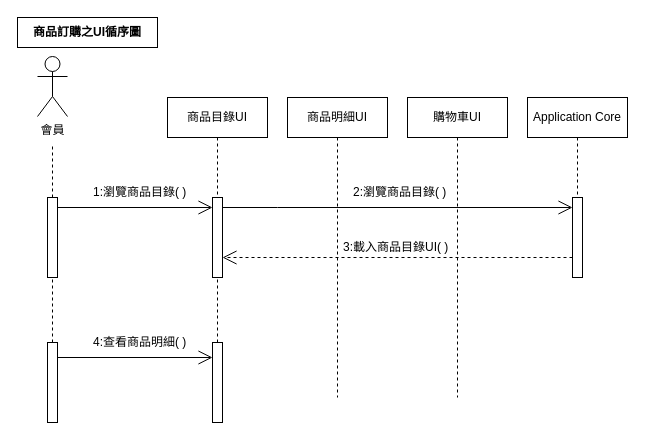
This is 未命名绘图.drawio from odcs0320/blog, a draw.io file, before an edit. Source tidied: cells renumbered, new cells numbered last; positions are measured from the earlier drawing's top-left corner, leaving out a move shared by most shapes. Both pictures are drawn from the tidied source at 100%, with x=0, y=0 at pixel (17, 17).
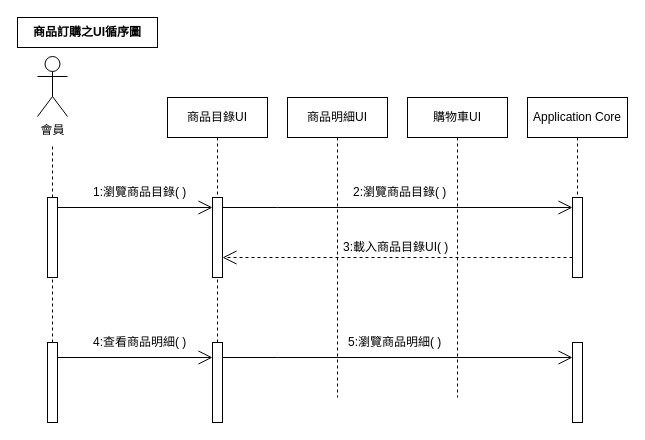
After the change.

Commit message:
更新未命名绘图.drawio

Change to the diagram source:
```diff
@@
+    <mxCell id="24" style="html=1;perimeter=orthogonalPerimeter;targetShapes=umlLifeline;newEdgeStyle={&quot;edgeStyle&quot;:&quot;elbowEdgeStyle&quot;,&quot;elbow&quot;:&quot;vertical&quot;,&quot;curved&quot;:0,&quot;rounded&quot;:0};" parent="1" vertex="1">
+      <mxGeometry x="555" y="325" width="10" height="80" as="geometry" />
+    </mxCell>
+    <mxCell id="25" style="endArrow=open;endFill=1;endSize=12;html=1;rounded=0;" parent="1" edge="1">
+      <mxGeometry relative="1" as="geometry">
+        <mxPoint x="205" y="340" as="sourcePoint" />
+        <mxPoint x="555" y="340" as="targetPoint" />
+        <Array as="points">
+          <mxPoint x="260" y="340" />
+        </Array>
+      </mxGeometry>
+    </mxCell>
+    <mxCell id="26" value="5:瀏覽商品明細( )" style="text;strokeColor=none;fillColor=none;align=left;verticalAlign=middle;spacingLeft=4;spacingRight=4;overflow=hidden;whiteSpace=wrap;html=1;" parent="1" vertex="1">
+      <mxGeometry x="325" y="310" width="110" height="30" as="geometry" />
+    </mxCell>
```
